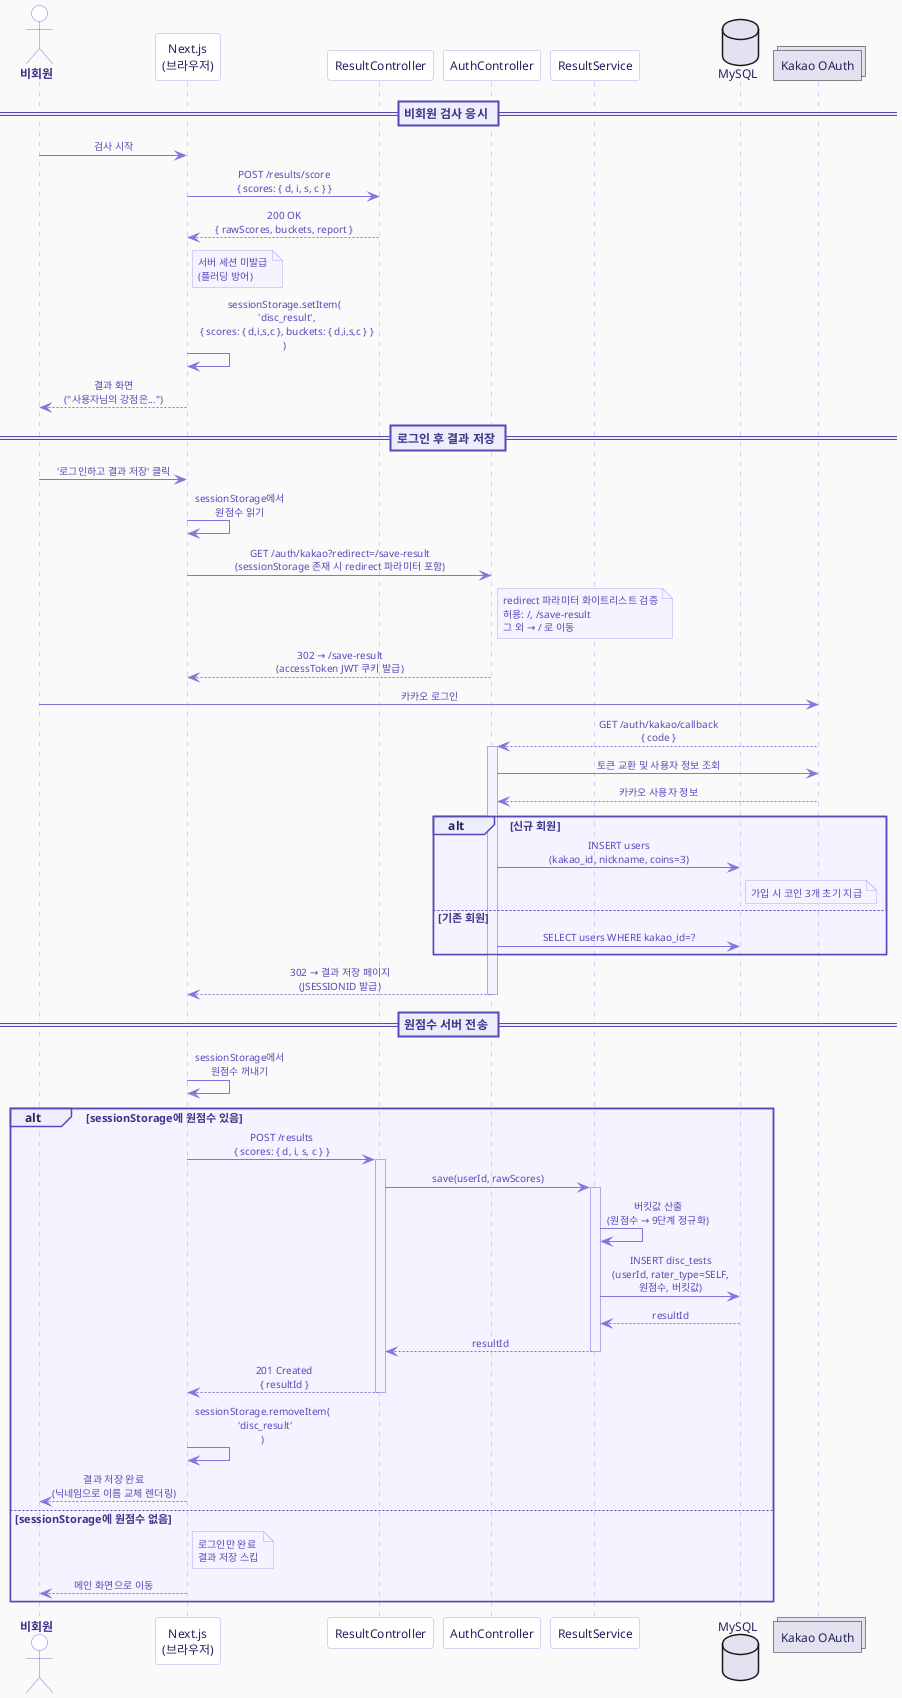
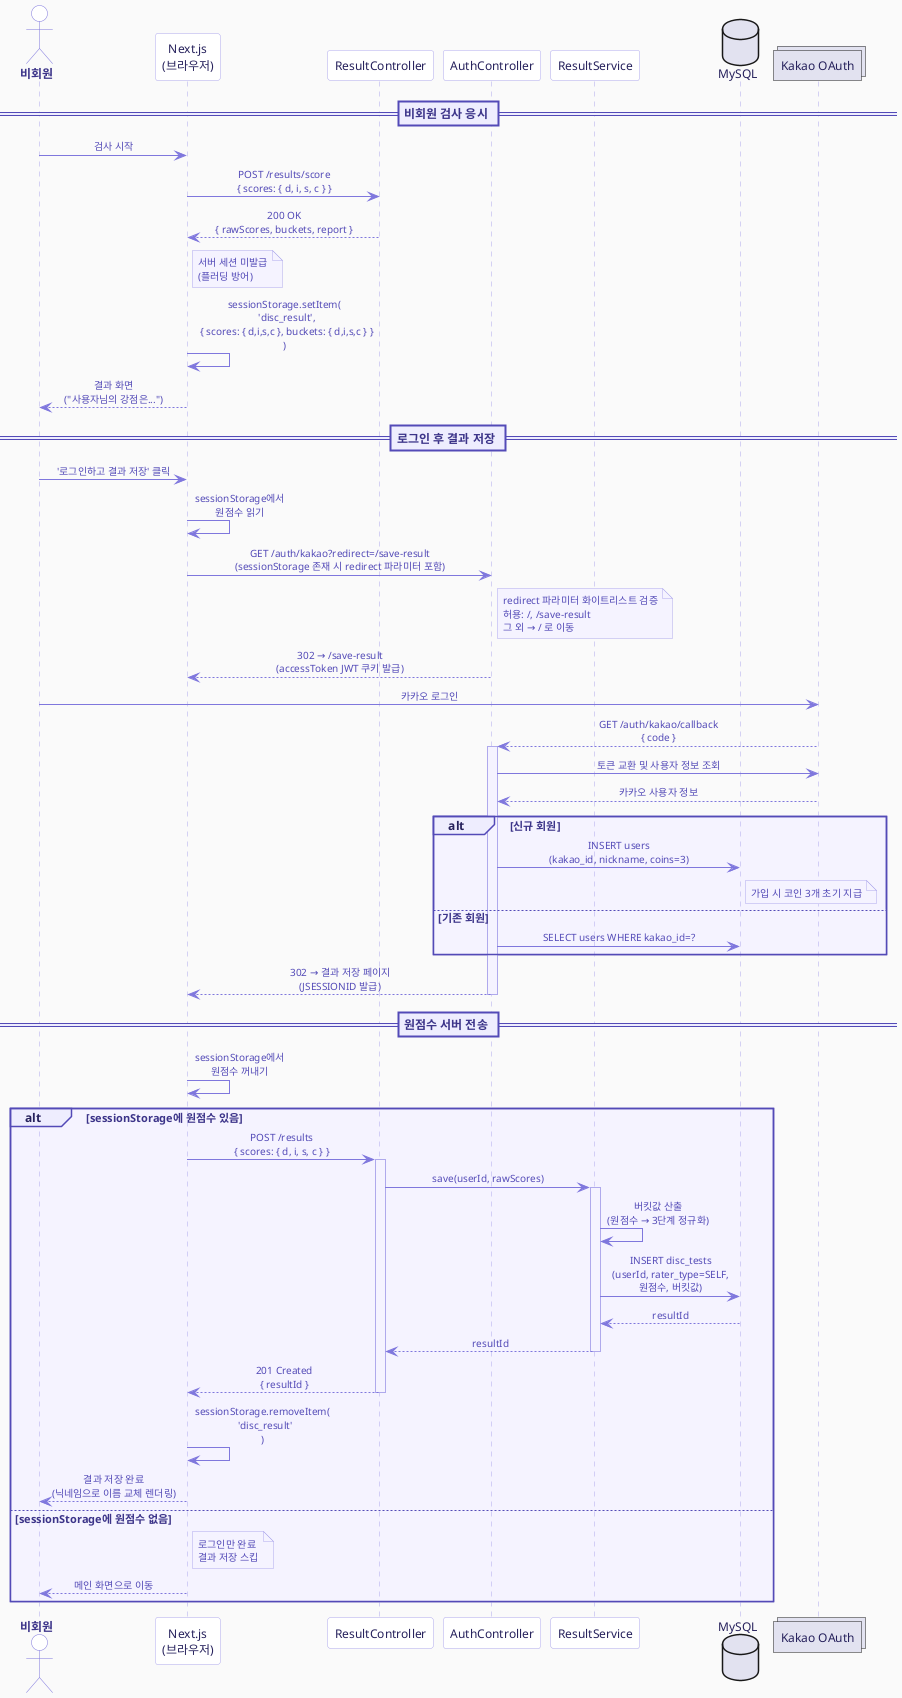
@startuml MyCPT_Sequence_GuestToMember

skinparam backgroundColor #FAFAFA
skinparam defaultFontName "Apple SD Gothic Neo, sans-serif"
skinparam defaultFontSize 12
skinparam defaultFontColor #26215C
skinparam sequenceMessageAlign center

skinparam participant {
  BackgroundColor #FFFFFF
  BorderColor #AFA9EC
  FontColor #26215C
  FontSize 12
}

skinparam actor {
  BackgroundColor #FFFFFF
  BorderColor #7F77DD
  FontColor #3C3489
  FontSize 12
  FontStyle bold
}

skinparam sequence {
  ArrowColor #7F77DD
  ArrowFontColor #534AB7
  ArrowFontSize 10
  LifeLineBorderColor #AFA9EC
  LifeLineBackgroundColor #F5F3FF
  GroupBorderColor #534AB7
  GroupBackgroundColor #EEEDFE
  GroupFontColor #3C3489
  GroupFontSize 11
  GroupBodyBackgroundColor #F5F3FF
  DividerBackgroundColor #EEEDFE
  DividerBorderColor #534AB7
  DividerFontColor #3C3489
}

skinparam note {
  BackgroundColor #F5F3FF
  BorderColor #AFA9EC
  FontColor #534AB7
  FontSize 10
}

actor "비회원" as Guest
participant "Next.js\n(브라우저)" as Client
participant "ResultController" as ResultCtrl
participant "AuthController" as AuthCtrl
participant "ResultService" as ResultSvc
database "MySQL" as DB
collections "Kakao OAuth" as Kakao

== 비회원 검사 응시 ==

Guest -> Client : 검사 시작
Client -> ResultCtrl : POST /results/score\n{ scores: { d, i, s, c } }
ResultCtrl --> Client : 200 OK\n{ rawScores, buckets, report }

note right of Client
  서버 세션 미발급
  (플러딩 방어)
end note

Client -> Client : sessionStorage.setItem(\n  'disc_result',\n  { scores: { d,i,s,c }, buckets: { d,i,s,c } }\n)

Client --> Guest : 결과 화면\n("사용자님의 강점은...")

== 로그인 후 결과 저장 ==

Guest -> Client : '로그인하고 결과 저장' 클릭
Client -> Client : sessionStorage에서\n원점수 읽기

Client -> AuthCtrl : GET /auth/kakao?redirect=/save-result\n(sessionStorage 존재 시 redirect 파라미터 포함)
note right of AuthCtrl
  redirect 파라미터 화이트리스트 검증
  허용: /, /save-result
  그 외 → / 로 이동
end note
AuthCtrl --> Client : 302 → /save-result\n(accessToken JWT 쿠키 발급)

Guest -> Kakao : 카카오 로그인
Kakao --> AuthCtrl : GET /auth/kakao/callback\n{ code }

activate AuthCtrl
AuthCtrl -> Kakao : 토큰 교환 및 사용자 정보 조회
Kakao --> AuthCtrl : 카카오 사용자 정보

alt 신규 회원
  AuthCtrl -> DB : INSERT users\n(kakao_id, nickname, coins=3)
  note right of DB
    가입 시 코인 3개 초기 지급
  end note
else 기존 회원
  AuthCtrl -> DB : SELECT users WHERE kakao_id=?
end

AuthCtrl --> Client : 302 → 결과 저장 페이지\n(JSESSIONID 발급)
deactivate AuthCtrl

== 원점수 서버 전송 ==

Client -> Client : sessionStorage에서\n원점수 꺼내기

alt sessionStorage에 원점수 있음
  Client -> ResultCtrl : POST /results\n{ scores: { d, i, s, c } }
  activate ResultCtrl

  ResultCtrl -> ResultSvc : save(userId, rawScores)
  activate ResultSvc
-   ResultSvc -> ResultSvc : 버킷값 산출\n(원점수 → 9단계 정규화)
+   ResultSvc -> ResultSvc : 버킷값 산출\n(원점수 → 3단계 정규화)
  ResultSvc -> DB : INSERT disc_tests\n(userId, rater_type=SELF,\n원점수, 버킷값)
  DB --> ResultSvc : resultId
  ResultSvc --> ResultCtrl : resultId
  deactivate ResultSvc

  ResultCtrl --> Client : 201 Created\n{ resultId }
  deactivate ResultCtrl

  Client -> Client : sessionStorage.removeItem(\n  'disc_result'\n)
  Client --> Guest : 결과 저장 완료\n(닉네임으로 이름 교체 렌더링)

else sessionStorage에 원점수 없음
  note right of Client
    로그인만 완료
    결과 저장 스킵
  end note
  Client --> Guest : 메인 화면으로 이동
end

@enduml
